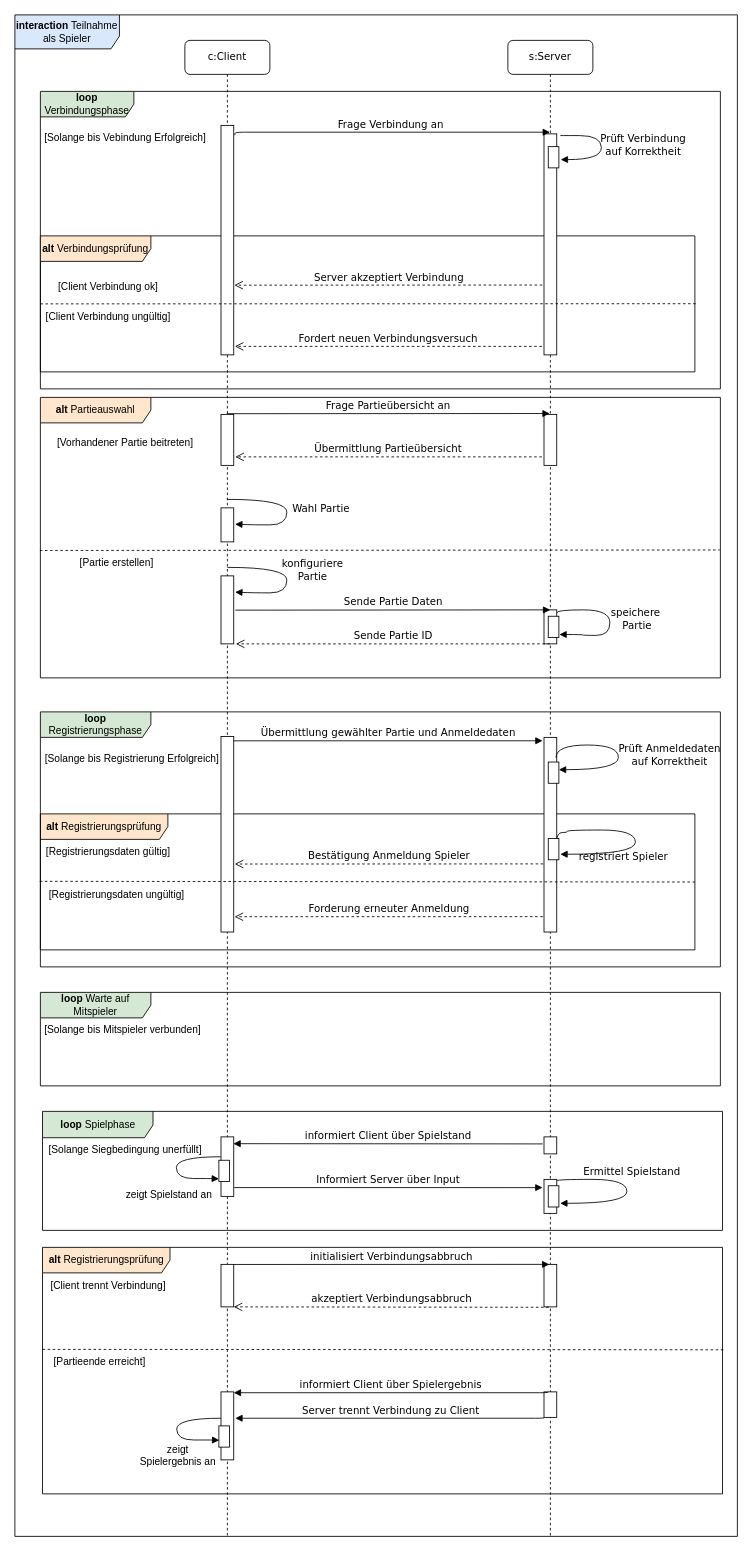
The draw.io diagram Documentation/Models/Teilnahmen_als_Spieler.drawio in LeverageAlex/DuneRTS, before the edit. Source tidied: cells renumbered, new cells numbered last; positions are measured from the earlier drawing's top-left corner, leaving out a move shared by most shapes. Both pictures are drawn from the tidied source at 85%, with x=0, y=0 at pixel (14, 14).
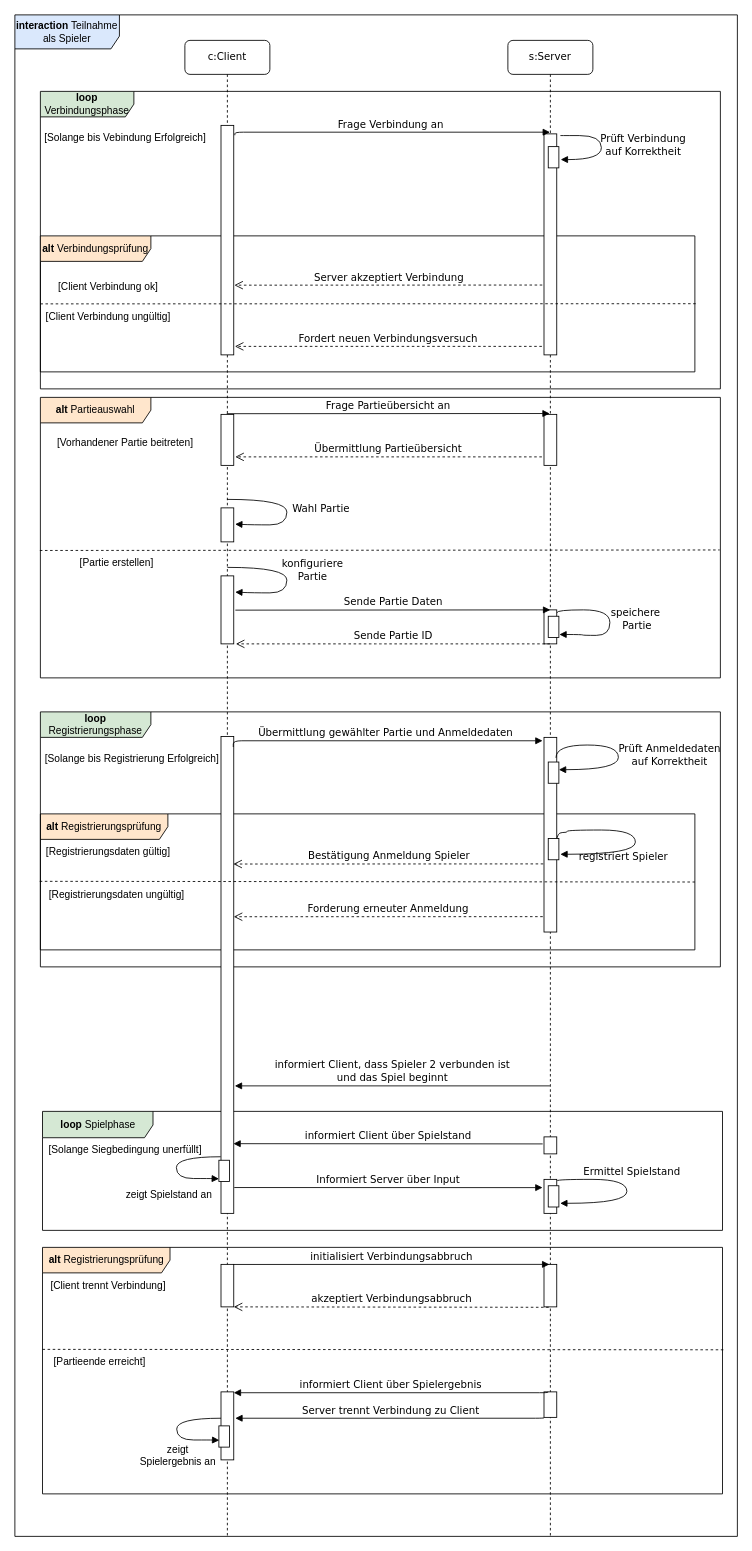
The same diagram, later.

Unchanged cells that the change refers to:
```xml
<mxCell id="9" value="s:Server" style="shape=umlLifeline;perimeter=lifelinePerimeter;whiteSpace=wrap;html=1;outlineConnect=0;rounded=1;shadow=0;comic=0;labelBackgroundColor=none;strokeWidth=1;fontFamily=Verdana;fontSize=12;align=center;" parent="1" vertex="1">
  <mxGeometry x="580" y="30" width="100" height="1760" as="geometry" />
</mxCell>
<mxCell id="13" style="html=1;points=[];perimeter=orthogonalPerimeter;rounded=0;shadow=0;comic=0;labelBackgroundColor=none;strokeWidth=1;fontFamily=Verdana;fontSize=12;align=center;" parent="9" vertex="1">
  <mxGeometry x="42.5" y="820" width="15" height="229" as="geometry" />
</mxCell>
<mxCell id="21" style="html=1;points=[];perimeter=orthogonalPerimeter;rounded=0;shadow=0;comic=0;labelBackgroundColor=none;strokeWidth=1;fontFamily=Verdana;fontSize=12;align=center;" parent="9" vertex="1">
  <mxGeometry x="42.5" y="1340" width="15" height="40" as="geometry" />
</mxCell>
<mxCell id="25" value="c:Client" style="shape=umlLifeline;perimeter=lifelinePerimeter;whiteSpace=wrap;html=1;outlineConnect=0;rounded=1;shadow=0;comic=0;labelBackgroundColor=none;strokeWidth=1;fontFamily=Verdana;fontSize=12;align=center;" parent="1" vertex="1">
  <mxGeometry x="200" y="30" width="100" height="1760" as="geometry" />
</mxCell>
<mxCell id="58" style="html=1;points=[];perimeter=orthogonalPerimeter;rounded=0;shadow=0;comic=0;labelBackgroundColor=none;strokeWidth=1;fontFamily=Verdana;fontSize=12;align=center;" parent="1" vertex="1">
  <mxGeometry x="622.5" y="1320" width="15" height="20" as="geometry" />
</mxCell>
<mxCell id="65" style="html=1;points=[];perimeter=orthogonalPerimeter;rounded=0;shadow=0;comic=0;labelBackgroundColor=none;strokeWidth=1;fontFamily=Verdana;fontSize=12;align=center;" parent="1" vertex="1">
  <mxGeometry x="240" y="1347.5" width="12.5" height="25" as="geometry" />
</mxCell>
```

Diff of the diagram source:
```diff
@@
+    <mxCell id="79" value="informiert Client, dass Spieler 2 verbunden ist &lt;br&gt;und das Spiel beginnt" style="html=1;verticalAlign=bottom;endArrow=block;labelBackgroundColor=none;fontFamily=Verdana;fontSize=12;edgeStyle=elbowEdgeStyle;elbow=vertical;entryX=0.973;entryY=0.118;entryDx=0;entryDy=0;entryPerimeter=0;" parent="9" edge="1" source="9">
+      <mxGeometry relative="1" as="geometry">
+        <mxPoint x="-321.3" y="1230.3" as="targetPoint" />
+      </mxGeometry>
+    </mxCell>
@@
     <mxCell id="27" style="html=1;points=[];perimeter=orthogonalPerimeter;rounded=0;shadow=0;comic=0;labelBackgroundColor=none;strokeWidth=1;fontFamily=Verdana;fontSize=12;align=center;" parent="25" vertex="1">
-      <mxGeometry x="42.5" y="819" width="15" height="230" as="geometry" />
+      <mxGeometry x="42.5" y="819" width="15" height="561" as="geometry" />
     </mxCell>
@@
-    <mxCell id="54" value="Bestätigung Anmeldung Spieler" style="html=1;verticalAlign=bottom;endArrow=open;dashed=1;endSize=8;labelBackgroundColor=none;fontFamily=Verdana;fontSize=12;edgeStyle=elbowEdgeStyle;elbow=vertical;exitX=-0.058;exitY=0.65;exitDx=0;exitDy=0;exitPerimeter=0;entryX=1.081;entryY=0.655;entryDx=0;entryDy=0;entryPerimeter=0;" parent="1" edge="1" source="13" target="27">
-      <mxGeometry relative="1" as="geometry" />
+    <mxCell id="54" value="Bestätigung Anmeldung Spieler" style="html=1;verticalAlign=bottom;endArrow=open;dashed=1;endSize=8;labelBackgroundColor=none;fontFamily=Verdana;fontSize=12;edgeStyle=elbowEdgeStyle;elbow=vertical;exitX=-0.058;exitY=0.65;exitDx=0;exitDy=0;exitPerimeter=0;" parent="1" edge="1" source="13">
+      <mxGeometry relative="1" as="geometry">
+        <mxPoint x="257" y="999" as="targetPoint" />
+        <Array as="points">
+          <mxPoint x="440" y="999" />
+        </Array>
+      </mxGeometry>
     </mxCell>
-    <mxCell id="55" value="Forderung erneuter Anmeldung" style="html=1;verticalAlign=bottom;endArrow=open;dashed=1;endSize=8;labelBackgroundColor=none;fontFamily=Verdana;fontSize=12;edgeStyle=elbowEdgeStyle;elbow=vertical;exitX=-0.098;exitY=0.921;exitDx=0;exitDy=0;exitPerimeter=0;entryX=1.066;entryY=0.921;entryDx=0;entryDy=0;entryPerimeter=0;" parent="1" edge="1" source="13" target="27">
+    <mxCell id="55" value="Forderung erneuter Anmeldung" style="html=1;verticalAlign=bottom;endArrow=open;dashed=1;endSize=8;labelBackgroundColor=none;fontFamily=Verdana;fontSize=12;edgeStyle=elbowEdgeStyle;elbow=vertical;exitX=-0.098;exitY=0.921;exitDx=0;exitDy=0;exitPerimeter=0;" parent="1" edge="1" source="13" target="27">
       <mxGeometry relative="1" as="geometry" />
     </mxCell>
-    <mxCell id="56" value="&lt;b&gt;loop &lt;/b&gt;Warte auf Mitspieler" style="shape=umlFrame;whiteSpace=wrap;html=1;width=130;height=30;fillColor=#d5e8d4;strokeColor=#000000;" parent="1" vertex="1">
-      <mxGeometry x="30" y="1150" width="800" height="110" as="geometry" />
-    </mxCell>
-    <mxCell id="57" value="&lt;div style=&quot;text-align: center&quot;&gt;&lt;span&gt;&lt;font face=&quot;helvetica&quot;&gt;[Solange bis Mitspieler verbunden]&lt;/font&gt;&lt;/span&gt;&lt;/div&gt;" style="text;whiteSpace=wrap;html=1;" parent="1" vertex="1">
-      <mxGeometry x="32.5" y="1180" width="230" height="30" as="geometry" />
-    </mxCell>
@@
-    <mxCell id="59" style="html=1;points=[];perimeter=orthogonalPerimeter;rounded=0;shadow=0;comic=0;labelBackgroundColor=none;strokeWidth=1;fontFamily=Verdana;fontSize=12;align=center;" parent="1" vertex="1">
-      <mxGeometry x="242.5" y="1320" width="15" height="70" as="geometry" />
-    </mxCell>
-    <mxCell id="60" value="informiert Client über Spielstand" style="html=1;verticalAlign=bottom;endArrow=block;labelBackgroundColor=none;fontFamily=Verdana;fontSize=12;edgeStyle=elbowEdgeStyle;elbow=vertical;exitX=-0.104;exitY=0.414;exitDx=0;exitDy=0;exitPerimeter=0;entryX=0.973;entryY=0.118;entryDx=0;entryDy=0;entryPerimeter=0;" parent="1" edge="1" source="58" target="59">
-      <mxGeometry relative="1" as="geometry" />
+    <mxCell id="60" value="informiert Client über Spielstand" style="html=1;verticalAlign=bottom;endArrow=block;labelBackgroundColor=none;fontFamily=Verdana;fontSize=12;edgeStyle=elbowEdgeStyle;elbow=vertical;exitX=-0.104;exitY=0.414;exitDx=0;exitDy=0;exitPerimeter=0;entryX=0.973;entryY=0.118;entryDx=0;entryDy=0;entryPerimeter=0;" parent="1" edge="1" source="58">
+      <mxGeometry relative="1" as="geometry">
+        <mxPoint x="257.1" y="1328.3" as="targetPoint" />
+      </mxGeometry>
     </mxCell>
-    <mxCell id="61" value="Informiert Server über Input" style="html=1;verticalAlign=bottom;endArrow=block;labelBackgroundColor=none;fontFamily=Verdana;fontSize=12;edgeStyle=elbowEdgeStyle;elbow=vertical;entryX=-0.114;entryY=0.247;entryDx=0;entryDy=0;entryPerimeter=0;exitX=1.038;exitY=0.852;exitDx=0;exitDy=0;exitPerimeter=0;" parent="1" edge="1" source="59" target="21">
+    <mxCell id="61" value="Informiert Server über Input" style="html=1;verticalAlign=bottom;endArrow=block;labelBackgroundColor=none;fontFamily=Verdana;fontSize=12;edgeStyle=elbowEdgeStyle;elbow=vertical;entryX=-0.114;entryY=0.247;entryDx=0;entryDy=0;entryPerimeter=0;exitX=1.038;exitY=0.852;exitDx=0;exitDy=0;exitPerimeter=0;" parent="1" edge="1" target="21">
       <mxGeometry relative="1" as="geometry">
+        <mxPoint x="258.1" y="1379.6" as="sourcePoint" />
         <Array as="points">
           <mxPoint x="306.7" y="1379.7" />
         </Array>
       </mxGeometry>
     </mxCell>
@@
-    <mxCell id="67" style="html=1;verticalAlign=bottom;endArrow=block;labelBackgroundColor=none;fontFamily=Verdana;fontSize=12;elbow=vertical;edgeStyle=orthogonalEdgeStyle;curved=1;exitX=-0.028;exitY=0.334;exitDx=0;exitDy=0;exitPerimeter=0;entryX=0.007;entryY=0.873;entryDx=0;entryDy=0;entryPerimeter=0;" parent="1" edge="1" source="59" target="65">
+    <mxCell id="67" style="html=1;verticalAlign=bottom;endArrow=block;labelBackgroundColor=none;fontFamily=Verdana;fontSize=12;elbow=vertical;edgeStyle=orthogonalEdgeStyle;curved=1;exitX=-0.028;exitY=0.334;exitDx=0;exitDy=0;exitPerimeter=0;entryX=0.007;entryY=0.873;entryDx=0;entryDy=0;entryPerimeter=0;" parent="1" edge="1" target="65">
       <mxGeometry x="0.64" y="-9" relative="1" as="geometry">
+        <mxPoint x="242.1" y="1343.4" as="sourcePoint" />
         <Array as="points">
           <mxPoint x="190" y="1343" />
           <mxPoint x="190" y="1369" />
           <mxPoint x="230" y="1369" />
         </Array>
       </mxGeometry>
     </mxCell>
```
